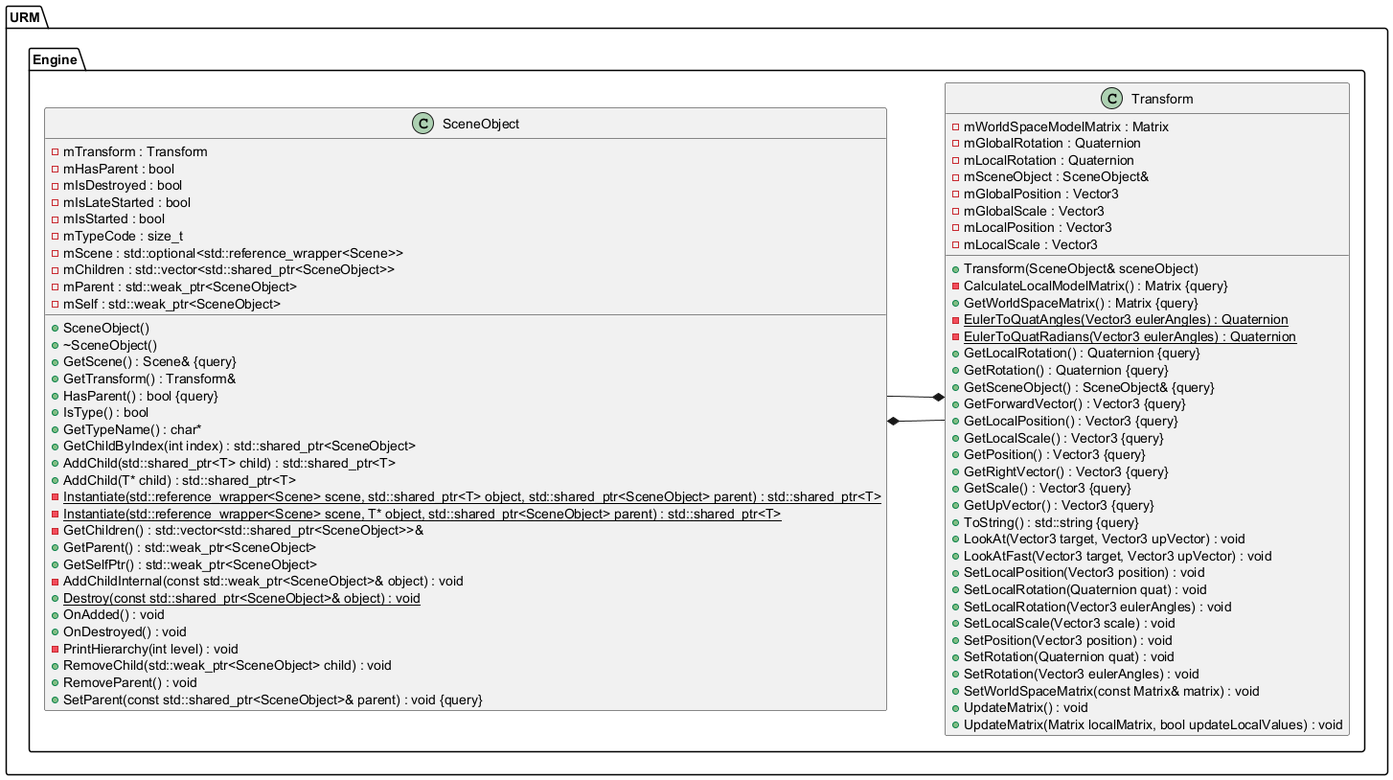
Earlier version of the PlantUML export Latex/images/UML/sceneobject.png (MinikPLayer/MasterThesis_UniversalRenderingModule_D3D11).
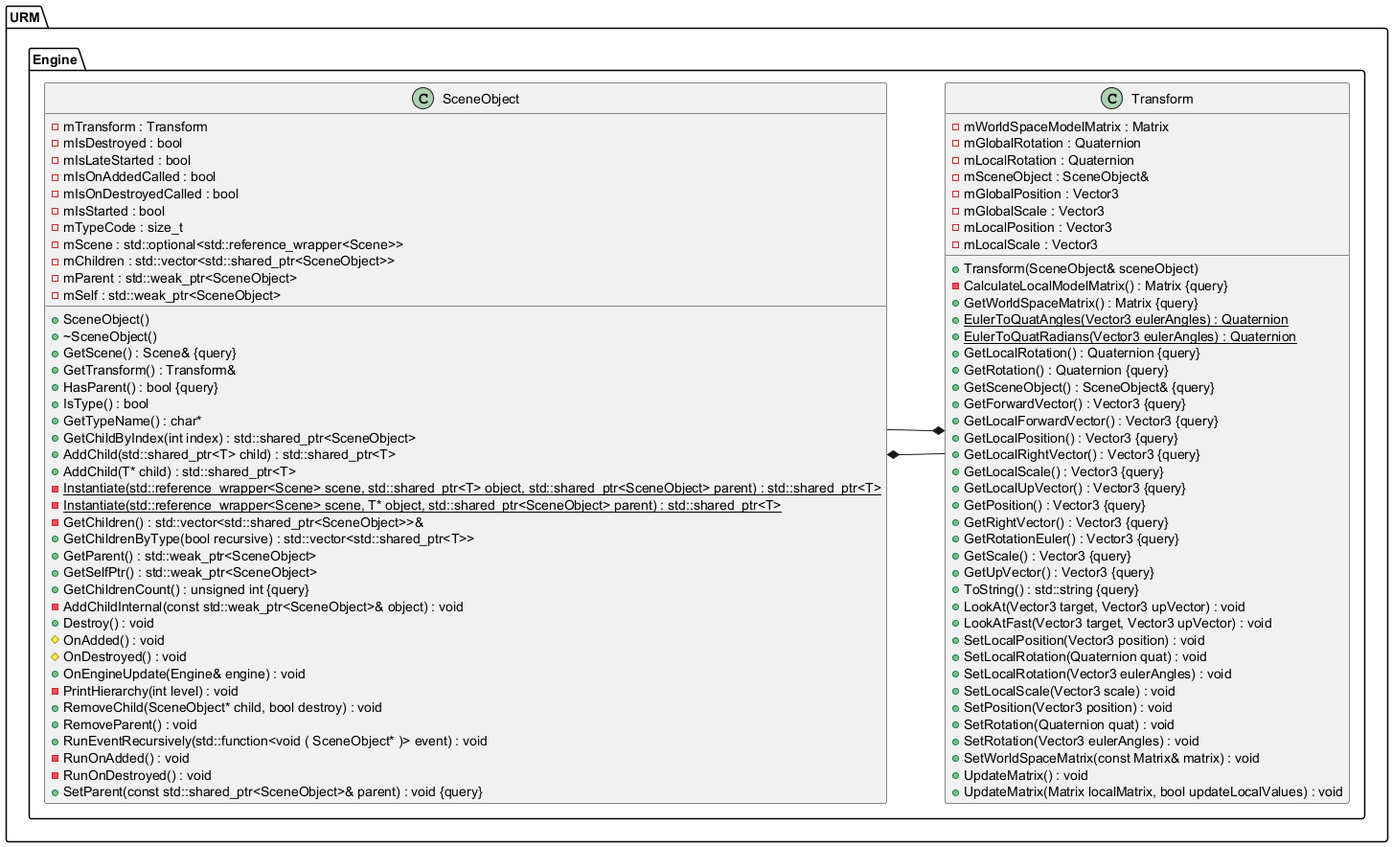
After the commit.

What changed in the source:
```diff
@@ -16,9 +16,10 @@
 			+GetTransform() : Transform&
 			+HasParent() : bool {query}
 			+IsType() : bool
-			-mHasParent : bool
 			-mIsDestroyed : bool
 			-mIsLateStarted : bool
+			-mIsOnAddedCalled : bool
+			-mIsOnDestroyedCalled : bool
 			-mIsStarted : bool
 			+GetTypeName() : char*
 			-mTypeCode : size_t
@@ -30,17 +31,23 @@
 			-{static} Instantiate(std::reference_wrapper<Scene> scene, T* object, std::shared_ptr<SceneObject> parent) : std::shared_ptr<T>
 			-mChildren : std::vector<std::shared_ptr<SceneObject>>
 			-GetChildren() : std::vector<std::shared_ptr<SceneObject>>&
+			+GetChildrenByType(bool recursive) : std::vector<std::shared_ptr<T>>
 			+GetParent() : std::weak_ptr<SceneObject>
 			+GetSelfPtr() : std::weak_ptr<SceneObject>
 			-mParent : std::weak_ptr<SceneObject>
 			-mSelf : std::weak_ptr<SceneObject>
+			+GetChildrenCount() : unsigned int {query}
 			-AddChildInternal(const std::weak_ptr<SceneObject>& object) : void
-			+{static} Destroy(const std::shared_ptr<SceneObject>& object) : void
-			+OnAdded() : void
-			+OnDestroyed() : void
+			+Destroy() : void
+			#OnAdded() : void
+			#OnDestroyed() : void
+			+OnEngineUpdate(Engine& engine) : void
 			-PrintHierarchy(int level) : void
-			+RemoveChild(std::weak_ptr<SceneObject> child) : void
+			+RemoveChild(SceneObject* child, bool destroy) : void
 			+RemoveParent() : void
+			+RunEventRecursively(std::function<void ( SceneObject* )> event) : void
+			-RunOnAdded() : void
+			-RunOnDestroyed() : void
 			+SetParent(const std::shared_ptr<SceneObject>& parent) : void {query}
 		}
 
@@ -49,8 +56,8 @@
 			-CalculateLocalModelMatrix() : Matrix {query}
 			+GetWorldSpaceMatrix() : Matrix {query}
 			-mWorldSpaceModelMatrix : Matrix
-			-{static} EulerToQuatAngles(Vector3 eulerAngles) : Quaternion
-			-{static} EulerToQuatRadians(Vector3 eulerAngles) : Quaternion
+			+{static} EulerToQuatAngles(Vector3 eulerAngles) : Quaternion
+			+{static} EulerToQuatRadians(Vector3 eulerAngles) : Quaternion
 			+GetLocalRotation() : Quaternion {query}
 			+GetRotation() : Quaternion {query}
 			-mGlobalRotation : Quaternion
@@ -58,10 +65,14 @@
 			+GetSceneObject() : SceneObject& {query}
 			-mSceneObject : SceneObject&
 			+GetForwardVector() : Vector3 {query}
+			+GetLocalForwardVector() : Vector3 {query}
 			+GetLocalPosition() : Vector3 {query}
+			+GetLocalRightVector() : Vector3 {query}
 			+GetLocalScale() : Vector3 {query}
+			+GetLocalUpVector() : Vector3 {query}
 			+GetPosition() : Vector3 {query}
 			+GetRightVector() : Vector3 {query}
+			+GetRotationEuler() : Vector3 {query}
 			+GetScale() : Vector3 {query}
 			+GetUpVector() : Vector3 {query}
 			-mGlobalPosition : Vector3
```
